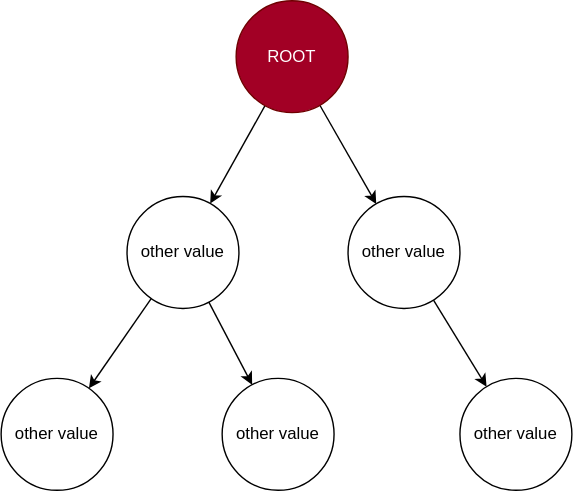
sa-concept-refactoring/doc keeps this draw.io diagram as drawio/ast_structure.drawio.svg. Above is the earlier version. Source tidied: cells renumbered, new cells last; positions are measured from the earlier drawing's top-left corner, leaving out a move shared by most shapes.
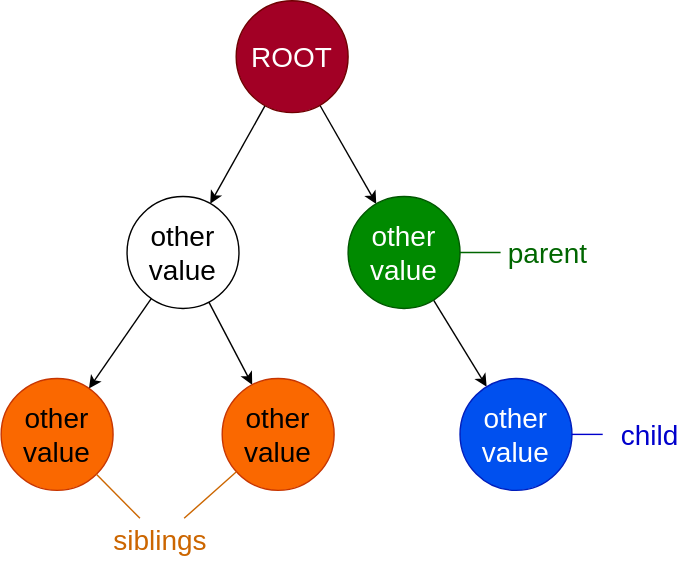
Above is the later version.

Diff of the diagram source:
```diff
@@ -2,38 +2,59 @@
   <root>
     <mxCell id="0" />
     <mxCell id="1" parent="0" />
-    <mxCell id="2" style="edgeStyle=none;html=1;" parent="1" edge="1" source="4" target="7">
+    <mxCell id="2" style="edgeStyle=none;html=1;fontSize=20;" parent="1" edge="1" source="4" target="7">
       <mxGeometry relative="1" as="geometry" />
     </mxCell>
-    <mxCell id="3" style="edgeStyle=none;html=1;" parent="1" edge="1" source="4" target="9">
+    <mxCell id="3" style="edgeStyle=none;html=1;fontSize=20;" parent="1" edge="1" source="4" target="9">
       <mxGeometry relative="1" as="geometry" />
     </mxCell>
-    <mxCell id="4" value="ROOT" style="ellipse;whiteSpace=wrap;html=1;fillColor=#a20025;fontColor=#ffffff;strokeColor=#6F0000;" parent="1" vertex="1">
+    <mxCell id="4" value="ROOT" style="ellipse;whiteSpace=wrap;html=1;fillColor=#a20025;fontColor=#ffffff;strokeColor=#6F0000;fontSize=20;" parent="1" vertex="1">
       <mxGeometry x="168" width="80" height="80" as="geometry" />
     </mxCell>
-    <mxCell id="5" style="edgeStyle=none;html=1;" parent="1" edge="1" source="7" target="11">
+    <mxCell id="5" style="edgeStyle=none;html=1;fontSize=20;" parent="1" edge="1" source="7" target="11">
       <mxGeometry relative="1" as="geometry" />
     </mxCell>
-    <mxCell id="6" style="edgeStyle=none;html=1;" parent="1" edge="1" source="7" target="10">
+    <mxCell id="6" style="edgeStyle=none;html=1;fontSize=20;" parent="1" edge="1" source="7" target="10">
       <mxGeometry relative="1" as="geometry" />
     </mxCell>
-    <mxCell id="7" value="other value" style="ellipse;whiteSpace=wrap;html=1;" parent="1" vertex="1">
+    <mxCell id="7" value="other value" style="ellipse;whiteSpace=wrap;html=1;fontSize=20;" parent="1" vertex="1">
       <mxGeometry x="90" y="140" width="80" height="80" as="geometry" />
     </mxCell>
-    <mxCell id="8" style="edgeStyle=none;html=1;" parent="1" edge="1" source="9" target="12">
+    <mxCell id="8" style="edgeStyle=none;html=1;fontSize=20;" parent="1" edge="1" source="9" target="12">
       <mxGeometry relative="1" as="geometry" />
     </mxCell>
-    <mxCell id="9" value="other value" style="ellipse;whiteSpace=wrap;html=1;" parent="1" vertex="1">
+    <mxCell id="9" value="other&lt;br&gt;value" style="ellipse;whiteSpace=wrap;html=1;fontSize=20;fillColor=#008a00;fontColor=#ffffff;strokeColor=#005700;" parent="1" vertex="1">
       <mxGeometry x="248" y="140" width="80" height="80" as="geometry" />
     </mxCell>
-    <mxCell id="10" value="other value" style="ellipse;whiteSpace=wrap;html=1;" parent="1" vertex="1">
+    <mxCell id="10" value="other value" style="ellipse;whiteSpace=wrap;html=1;fontSize=20;fillColor=#fa6800;fontColor=#000000;strokeColor=#C73500;" parent="1" vertex="1">
       <mxGeometry y="270" width="80" height="80" as="geometry" />
     </mxCell>
-    <mxCell id="11" value="other value" style="ellipse;whiteSpace=wrap;html=1;" parent="1" vertex="1">
+    <mxCell id="11" value="other value" style="ellipse;whiteSpace=wrap;html=1;fontSize=20;fillColor=#fa6800;fontColor=#000000;strokeColor=#C73500;" parent="1" vertex="1">
       <mxGeometry x="158" y="270" width="80" height="80" as="geometry" />
     </mxCell>
-    <mxCell id="12" value="other value" style="ellipse;whiteSpace=wrap;html=1;" parent="1" vertex="1">
+    <mxCell id="12" value="other value" style="ellipse;whiteSpace=wrap;html=1;fontSize=20;fillColor=#0050ef;fontColor=#ffffff;strokeColor=#001DBC;" parent="1" vertex="1">
       <mxGeometry x="328" y="270" width="80" height="80" as="geometry" />
     </mxCell>
+    <mxCell id="13" style="edgeStyle=none;html=1;fontSize=20;endArrow=none;endFill=0;fontColor=#006600;labelBorderColor=none;strokeColor=#006600;" parent="1" edge="1" source="14" target="9">
+      <mxGeometry relative="1" as="geometry" />
+    </mxCell>
+    <mxCell id="14" value="parent" style="text;html=1;strokeColor=none;fillColor=none;align=center;verticalAlign=middle;whiteSpace=wrap;rounded=0;fontSize=20;fontStyle=0;fontColor=#006600;" parent="1" vertex="1">
+      <mxGeometry x="357" y="165" width="68" height="30" as="geometry" />
+    </mxCell>
+    <mxCell id="15" style="edgeStyle=none;html=1;labelBorderColor=none;strokeColor=#0000CC;fontSize=20;fontColor=#0000CC;endArrow=none;endFill=0;" parent="1" edge="1" source="16" target="12">
+      <mxGeometry relative="1" as="geometry" />
+    </mxCell>
+    <mxCell id="16" value="child" style="text;html=1;strokeColor=none;fillColor=none;align=center;verticalAlign=middle;whiteSpace=wrap;rounded=0;fontSize=20;fontStyle=0;fontColor=#0000CC;" parent="1" vertex="1">
+      <mxGeometry x="430" y="295" width="68" height="30" as="geometry" />
+    </mxCell>
+    <mxCell id="17" style="edgeStyle=none;html=1;labelBorderColor=none;strokeColor=#CC6600;fontSize=20;fontColor=#CC6600;endArrow=none;endFill=0;" parent="1" edge="1" source="19" target="11">
+      <mxGeometry relative="1" as="geometry" />
+    </mxCell>
+    <mxCell id="18" style="edgeStyle=none;html=1;labelBorderColor=none;strokeColor=#CC6600;fontSize=20;fontColor=#CC6600;endArrow=none;endFill=0;" parent="1" edge="1" source="19" target="10">
+      <mxGeometry relative="1" as="geometry" />
+    </mxCell>
+    <mxCell id="19" value="siblings" style="text;html=1;strokeColor=none;fillColor=none;align=center;verticalAlign=middle;whiteSpace=wrap;rounded=0;fontSize=20;fontStyle=0;fontColor=#CC6600;" parent="1" vertex="1">
+      <mxGeometry x="80" y="370" width="68" height="30" as="geometry" />
+    </mxCell>
   </root>
 </mxGraphModel>
```
